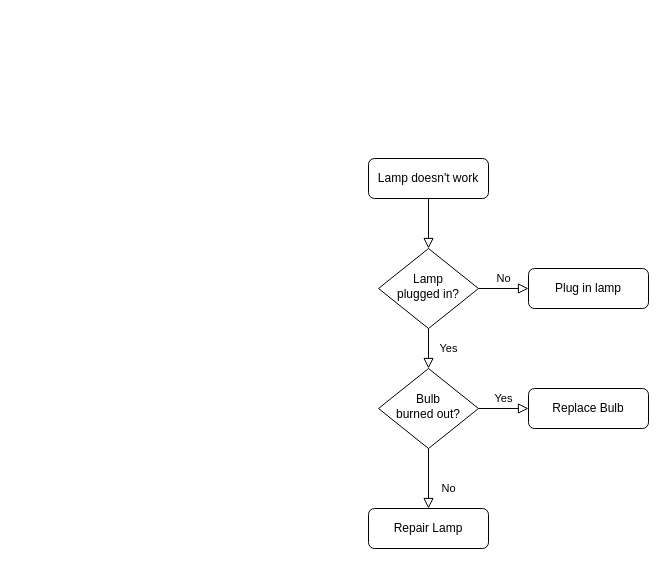
Before: Untitled Diagram.drawio in ganeshglitz/drawio, a draw.io diagram. Source tidied: cells renumbered, new cells numbered last; positions are measured from the earlier drawing's top-left corner, leaving out a move shared by most shapes. Both pictures are drawn from the tidied source at 100%, with x=0, y=0 at pixel (368, 158).
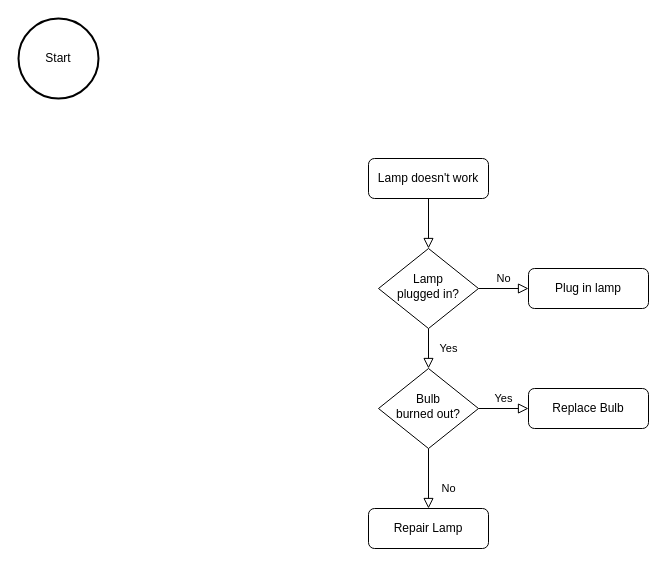
Above is the later version.

What changed in the source:
```diff
@@
 <mxGraphModel>
   <root>
     <mxCell id="0" />
     <mxCell id="1" parent="0" />
     <mxCell id="2" style="rounded=0;html=1;jettySize=auto;fontSize=11;endArrow=block;endFill=0;endSize=8;strokeWidth=1;shadow=0;labelBackgroundColor=none;edgeStyle=orthogonalEdgeStyle;" parent="1" edge="1" source="3" target="6">
       <mxGeometry relative="1" as="geometry" />
     </mxCell>
     <mxCell id="3" value="Lamp doesn't work" style="rounded=1;whiteSpace=wrap;html=1;fontSize=12;glass=0;strokeWidth=1;shadow=0;" parent="1" vertex="1">
       <mxGeometry width="120" height="40" as="geometry" />
     </mxCell>
     <mxCell id="4" value="Yes" style="rounded=0;html=1;jettySize=auto;fontSize=11;endArrow=block;endFill=0;endSize=8;strokeWidth=1;shadow=0;labelBackgroundColor=none;edgeStyle=orthogonalEdgeStyle;" parent="1" edge="1" source="6" target="10">
       <mxGeometry y="20" relative="1" as="geometry" />
     </mxCell>
     <mxCell id="5" value="No" style="edgeStyle=orthogonalEdgeStyle;rounded=0;html=1;jettySize=auto;fontSize=11;endArrow=block;endFill=0;endSize=8;strokeWidth=1;shadow=0;labelBackgroundColor=none;" parent="1" edge="1" source="6" target="7">
       <mxGeometry y="10" relative="1" as="geometry" />
     </mxCell>
     <mxCell id="6" value="Lamp&lt;br&gt;plugged in?" style="rhombus;whiteSpace=wrap;html=1;shadow=0;fontFamily=Helvetica;fontSize=12;align=center;strokeWidth=1;spacing=6;spacingTop=-4;" parent="1" vertex="1">
       <mxGeometry x="10" y="90" width="100" height="80" as="geometry" />
     </mxCell>
     <mxCell id="7" value="Plug in lamp" style="rounded=1;whiteSpace=wrap;html=1;fontSize=12;glass=0;strokeWidth=1;shadow=0;" parent="1" vertex="1">
       <mxGeometry x="160" y="110" width="120" height="40" as="geometry" />
     </mxCell>
     <mxCell id="8" value="No" style="rounded=0;html=1;jettySize=auto;fontSize=11;endArrow=block;endFill=0;endSize=8;strokeWidth=1;shadow=0;labelBackgroundColor=none;edgeStyle=orthogonalEdgeStyle;" parent="1" edge="1" source="10" target="11">
       <mxGeometry x="0.33" y="20" relative="1" as="geometry" />
     </mxCell>
     <mxCell id="9" value="Yes" style="edgeStyle=orthogonalEdgeStyle;rounded=0;html=1;jettySize=auto;fontSize=11;endArrow=block;endFill=0;endSize=8;strokeWidth=1;shadow=0;labelBackgroundColor=none;" parent="1" edge="1" source="10" target="12">
       <mxGeometry y="10" relative="1" as="geometry" />
     </mxCell>
     <mxCell id="10" value="Bulb&lt;br&gt;burned out?" style="rhombus;whiteSpace=wrap;html=1;shadow=0;fontFamily=Helvetica;fontSize=12;align=center;strokeWidth=1;spacing=6;spacingTop=-4;" parent="1" vertex="1">
       <mxGeometry x="10" y="210" width="100" height="80" as="geometry" />
     </mxCell>
     <mxCell id="11" value="Repair Lamp" style="rounded=1;whiteSpace=wrap;html=1;fontSize=12;glass=0;strokeWidth=1;shadow=0;" parent="1" vertex="1">
       <mxGeometry y="350" width="120" height="40" as="geometry" />
     </mxCell>
     <mxCell id="12" value="Replace Bulb" style="rounded=1;whiteSpace=wrap;html=1;fontSize=12;glass=0;strokeWidth=1;shadow=0;" parent="1" vertex="1">
       <mxGeometry x="160" y="230" width="120" height="40" as="geometry" />
     </mxCell>
+    <mxCell id="13" value="Start" style="strokeWidth=2;html=1;shape=mxgraph.flowchart.start_2;whiteSpace=wrap;" parent="1" vertex="1">
+      <mxGeometry x="-350" y="-140" width="80" height="80" as="geometry" />
+    </mxCell>
   </root>
 </mxGraphModel>
```
